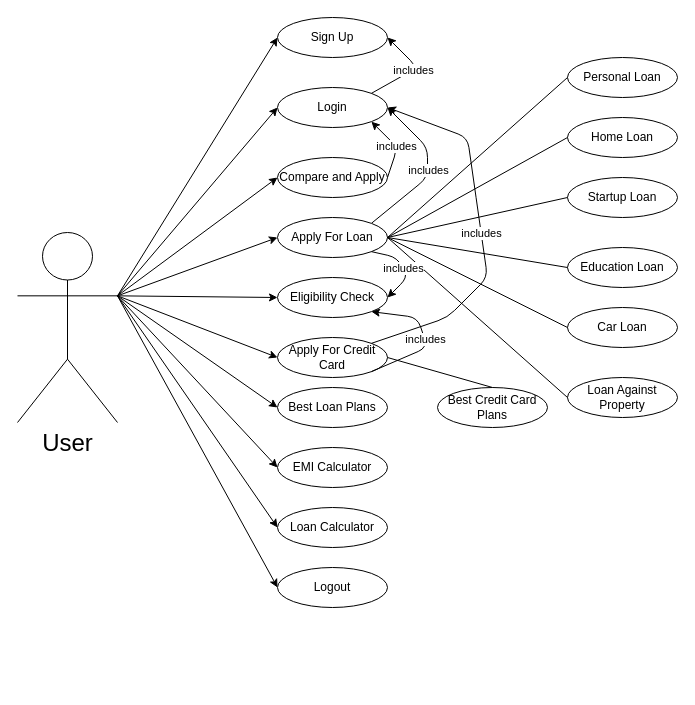
The draw.io diagram Documentation/User Use Case Diagram.drawio in Arshad360/Easy-Bank, before the edit. Source tidied: cells renumbered, new cells numbered last; positions are measured from the earlier drawing's top-left corner, leaving out a move shared by most shapes. Both pictures are drawn from the tidied source at 100%, with x=0, y=0 at pixel (17, 17).
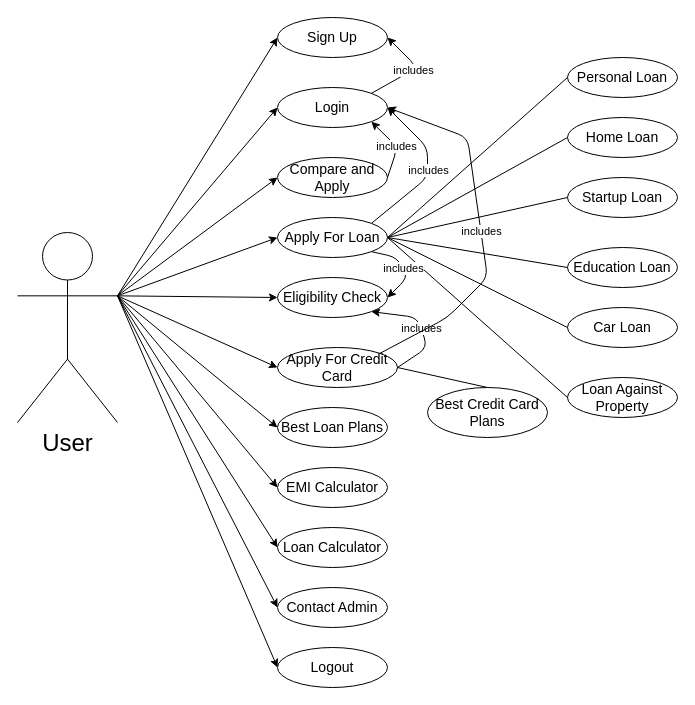
After the change.

Unchanged cells that the change refers to:
```xml
<mxCell id="4" value="&lt;font style=&quot;font-size: 24px&quot;&gt;User&lt;/font&gt;" style="shape=umlActor;verticalLabelPosition=bottom;verticalAlign=top;html=1;outlineConnect=0;" parent="1" vertex="1">
  <mxGeometry y="215" width="100" height="190" as="geometry" />
</mxCell>
```

Change to the diagram source:
```diff
@@
-    <mxCell id="5" value="Login" style="ellipse;whiteSpace=wrap;html=1;" parent="1" vertex="1">
+    <mxCell id="5" value="&lt;font style=&quot;font-size: 14px&quot;&gt;Login&lt;/font&gt;" style="ellipse;whiteSpace=wrap;html=1;" parent="1" vertex="1">
       <mxGeometry x="260" y="70" width="110" height="40" as="geometry" />
     </mxCell>
-    <mxCell id="6" value="Compare and Apply" style="ellipse;whiteSpace=wrap;html=1;" parent="1" vertex="1">
+    <mxCell id="6" value="&lt;font style=&quot;font-size: 14px&quot;&gt;Compare and Apply&lt;/font&gt;" style="ellipse;whiteSpace=wrap;html=1;" parent="1" vertex="1">
       <mxGeometry x="260" y="140" width="110" height="40" as="geometry" />
     </mxCell>
-    <mxCell id="7" value="Apply For Credit Card" style="ellipse;whiteSpace=wrap;html=1;" parent="1" vertex="1">
-      <mxGeometry x="260" y="320" width="110" height="40" as="geometry" />
+    <mxCell id="7" value="&lt;font style=&quot;font-size: 14px&quot;&gt;Apply For Credit Card&lt;/font&gt;" style="ellipse;whiteSpace=wrap;html=1;" parent="1" vertex="1">
+      <mxGeometry x="260" y="330" width="120" height="40" as="geometry" />
     </mxCell>
-    <mxCell id="8" value="Apply For Loan" style="ellipse;whiteSpace=wrap;html=1;" parent="1" vertex="1">
+    <mxCell id="8" value="&lt;font style=&quot;font-size: 14px&quot;&gt;Apply For Loan&lt;/font&gt;" style="ellipse;whiteSpace=wrap;html=1;" parent="1" vertex="1">
       <mxGeometry x="260" y="200" width="110" height="40" as="geometry" />
     </mxCell>
-    <mxCell id="9" value="Sign Up" style="ellipse;whiteSpace=wrap;html=1;" parent="1" vertex="1">
+    <mxCell id="9" value="&lt;font style=&quot;font-size: 14px&quot;&gt;Sign Up&lt;/font&gt;" style="ellipse;whiteSpace=wrap;html=1;" parent="1" vertex="1">
       <mxGeometry x="260" width="110" height="40" as="geometry" />
     </mxCell>
-    <mxCell id="10" value="Logout" style="ellipse;whiteSpace=wrap;html=1;" parent="1" vertex="1">
-      <mxGeometry x="260" y="550" width="110" height="40" as="geometry" />
+    <mxCell id="10" value="&lt;font style=&quot;font-size: 14px&quot;&gt;Logout&lt;/font&gt;" style="ellipse;whiteSpace=wrap;html=1;" parent="1" vertex="1">
+      <mxGeometry x="260" y="630" width="110" height="40" as="geometry" />
     </mxCell>
-    <mxCell id="11" value="Eligibility Check" style="ellipse;whiteSpace=wrap;html=1;" parent="1" vertex="1">
+    <mxCell id="11" value="&lt;font style=&quot;font-size: 14px&quot;&gt;Eligibility Check&lt;/font&gt;" style="ellipse;whiteSpace=wrap;html=1;" parent="1" vertex="1">
       <mxGeometry x="260" y="260" width="110" height="40" as="geometry" />
     </mxCell>
-    <mxCell id="12" value="Best Credit Card Plans" style="ellipse;whiteSpace=wrap;html=1;" parent="1" vertex="1">
-      <mxGeometry x="420" y="370" width="110" height="40" as="geometry" />
+    <mxCell id="12" value="&lt;font style=&quot;font-size: 14px&quot;&gt;Best Credit Card Plans&lt;/font&gt;" style="ellipse;whiteSpace=wrap;html=1;" parent="1" vertex="1">
+      <mxGeometry x="410" y="370" width="120" height="50" as="geometry" />
     </mxCell>
-    <mxCell id="13" value="Best Loan Plans" style="ellipse;whiteSpace=wrap;html=1;" parent="1" vertex="1">
-      <mxGeometry x="260" y="370" width="110" height="40" as="geometry" />
+    <mxCell id="13" value="&lt;font style=&quot;font-size: 14px&quot;&gt;Best Loan Plans&lt;/font&gt;" style="ellipse;whiteSpace=wrap;html=1;" parent="1" vertex="1">
+      <mxGeometry x="260" y="390" width="110" height="40" as="geometry" />
     </mxCell>
-    <mxCell id="14" value="Home Loan" style="ellipse;whiteSpace=wrap;html=1;" parent="1" vertex="1">
+    <mxCell id="14" value="&lt;font style=&quot;font-size: 14px&quot;&gt;Home Loan&lt;/font&gt;" style="ellipse;whiteSpace=wrap;html=1;" parent="1" vertex="1">
       <mxGeometry x="550" y="100" width="110" height="40" as="geometry" />
     </mxCell>
-    <mxCell id="15" value="Startup Loan" style="ellipse;whiteSpace=wrap;html=1;" parent="1" vertex="1">
+    <mxCell id="15" value="&lt;font style=&quot;font-size: 14px&quot;&gt;Startup Loan&lt;/font&gt;" style="ellipse;whiteSpace=wrap;html=1;" parent="1" vertex="1">
       <mxGeometry x="550" y="160" width="110" height="40" as="geometry" />
     </mxCell>
-    <mxCell id="16" value="Education Loan" style="ellipse;whiteSpace=wrap;html=1;" parent="1" vertex="1">
+    <mxCell id="16" value="&lt;font style=&quot;font-size: 14px&quot;&gt;Education Loan&lt;/font&gt;" style="ellipse;whiteSpace=wrap;html=1;" parent="1" vertex="1">
       <mxGeometry x="550" y="230" width="110" height="40" as="geometry" />
     </mxCell>
-    <mxCell id="17" value="Car Loan" style="ellipse;whiteSpace=wrap;html=1;" parent="1" vertex="1">
+    <mxCell id="17" value="&lt;font style=&quot;font-size: 14px&quot;&gt;Car Loan&lt;/font&gt;" style="ellipse;whiteSpace=wrap;html=1;" parent="1" vertex="1">
       <mxGeometry x="550" y="290" width="110" height="40" as="geometry" />
     </mxCell>
-    <mxCell id="18" value="Loan Against Property" style="ellipse;whiteSpace=wrap;html=1;" parent="1" vertex="1">
+    <mxCell id="18" value="&lt;font style=&quot;font-size: 14px&quot;&gt;Loan Against Property&lt;/font&gt;" style="ellipse;whiteSpace=wrap;html=1;" parent="1" vertex="1">
       <mxGeometry x="550" y="360" width="110" height="40" as="geometry" />
     </mxCell>
-    <mxCell id="19" value="Personal Loan" style="ellipse;whiteSpace=wrap;html=1;" parent="1" vertex="1">
+    <mxCell id="19" value="&lt;font style=&quot;font-size: 14px&quot;&gt;Personal Loan&lt;/font&gt;" style="ellipse;whiteSpace=wrap;html=1;" parent="1" vertex="1">
       <mxGeometry x="550" y="40" width="110" height="40" as="geometry" />
     </mxCell>
@@
-    <mxCell id="35" value="Loan Calculator" style="ellipse;whiteSpace=wrap;html=1;" parent="1" vertex="1">
-      <mxGeometry x="260" y="490" width="110" height="40" as="geometry" />
+    <mxCell id="35" value="&lt;font style=&quot;font-size: 14px&quot;&gt;Loan Calculator&lt;/font&gt;" style="ellipse;whiteSpace=wrap;html=1;" parent="1" vertex="1">
+      <mxGeometry x="260" y="510" width="110" height="40" as="geometry" />
     </mxCell>
-    <mxCell id="36" value="EMI Calculator" style="ellipse;whiteSpace=wrap;html=1;" parent="1" vertex="1">
-      <mxGeometry x="260" y="430" width="110" height="40" as="geometry" />
+    <mxCell id="36" value="&lt;font style=&quot;font-size: 14px&quot;&gt;EMI Calculator&lt;/font&gt;" style="ellipse;whiteSpace=wrap;html=1;" parent="1" vertex="1">
+      <mxGeometry x="260" y="450" width="110" height="40" as="geometry" />
     </mxCell>
@@
-    <mxCell id="45" style="endArrow=classic;html=1;exitX=1;exitY=1;exitDx=0;exitDy=0;entryX=1;entryY=1;entryDx=0;entryDy=0;" parent="1" edge="1" source="7" target="11">
+    <mxCell id="45" style="endArrow=classic;html=1;exitX=1;exitY=0.5;exitDx=0;exitDy=0;entryX=1;entryY=1;entryDx=0;entryDy=0;" parent="1" edge="1" source="7" target="11">
       <mxGeometry relative="1" as="geometry">
         <Array as="points">
           <mxPoint x="410" y="330" />
           <mxPoint x="400" y="300" />
         </Array>
       </mxGeometry>
     </mxCell>
@@
+    <mxCell id="49" value="&lt;font style=&quot;font-size: 14px&quot;&gt;Contact Admin&lt;/font&gt;" style="ellipse;whiteSpace=wrap;html=1;" parent="1" vertex="1">
+      <mxGeometry x="260" y="570" width="110" height="40" as="geometry" />
+    </mxCell>
+    <mxCell id="50" style="endArrow=classic;html=1;exitX=1;exitY=0.3333333333333333;exitDx=0;exitDy=0;exitPerimeter=0;entryX=0;entryY=0.5;entryDx=0;entryDy=0;" parent="1" edge="1" source="4" target="49">
+      <mxGeometry relative="1" as="geometry" />
+    </mxCell>
```
